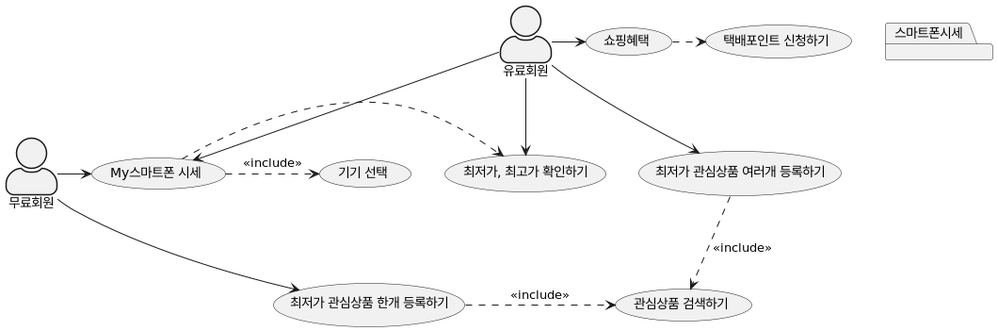
Before: images/smart_price_notice/AllUseCase.png, a diagram exported from PlantUML (choss001/choss001.github.io). Source of this version:
```plantuml
@startuml
skinparam actorStyle awesome
무료회원 -> (My스마트폰 시세)
(My스마트폰 시세) .> (최저가, 최고가 확인하기)
(My스마트폰 시세) .> (기기 선택) : <<include>>
무료회원 --> (최저가 관심상품 한개 등록하기)
(최저가 관심상품 한개 등록하기) .> (관심상품 검색하기) : <<include>>
(최저가 관심상품 여러개 등록하기) ..> (관심상품 검색하기) : <<include>>

package 스마트폰시세{
}
유료회원 --> (My스마트폰 시세)
유료회원 --> (최저가 관심상품 여러개 등록하기)
유료회원 --> (최저가, 최고가 확인하기)
유료회원 -> (쇼핑혜택)

(쇼핑혜택) .> (택배포인트 신청하기)




@enduml
```
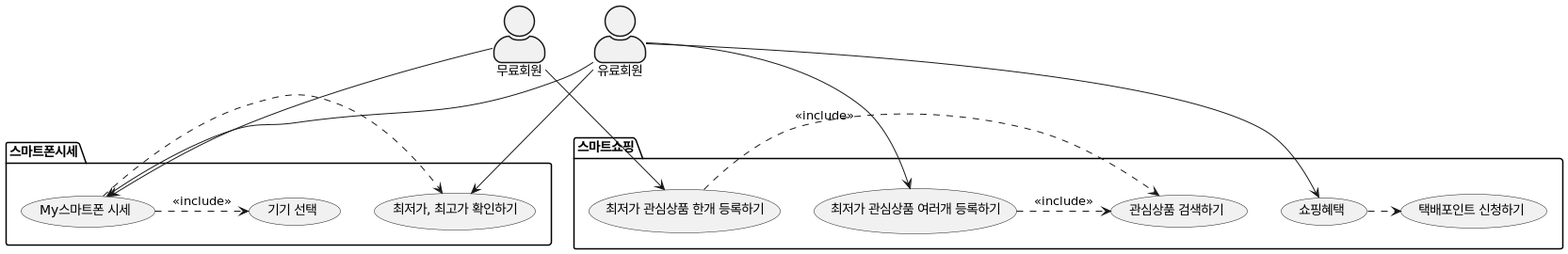
The same file after the commit.

Commit message:
유스 케이스 작성 완료

The edit, as a diff of the source:
```diff
@@ -1,22 +1,37 @@
 @startuml
 skinparam actorStyle awesome
-무료회원 -> (My스마트폰 시세)
-(My스마트폰 시세) .> (최저가, 최고가 확인하기)
-(My스마트폰 시세) .> (기기 선택) : <<include>>
-무료회원 --> (최저가 관심상품 한개 등록하기)
-(최저가 관심상품 한개 등록하기) .> (관심상품 검색하기) : <<include>>
-(최저가 관심상품 여러개 등록하기) ..> (관심상품 검색하기) : <<include>>
+
+무료회원 as fm
+유료회원 as pm
 
 package 스마트폰시세{
+    (My스마트폰 시세) as MSS
+    (최저가, 최고가 확인하기) as priceCheck
+    (기기 선택) as phonePick
 }
-유료회원 --> (My스마트폰 시세)
-유료회원 --> (최저가 관심상품 여러개 등록하기)
-유료회원 --> (최저가, 최고가 확인하기)
-유료회원 -> (쇼핑혜택)
-
-(쇼핑혜택) .> (택배포인트 신청하기)
+package 스마트쇼핑{
+    (최저가 관심상품 한개 등록하기) as fmlp
+    (최저가 관심상품 여러개 등록하기) as pmlp
+    (관심상품 검색하기) as search
+    (쇼핑혜택) as shoppingBenefit
+    (택배포인트 신청하기) as point
+}
 
 
+fm --> MSS
+pm --> MSS
+fm -> fmlp
+pm --> pmlp
+pm --> priceCheck
+pm -> shoppingBenefit
+
+MSS .> phonePick : <<include>>
+fmlp .> search : <<include>>
+pmlp .> search : <<include>>
+
+MSS .> priceCheck
+
+shoppingBenefit .> point
 
 
 @enduml
```
